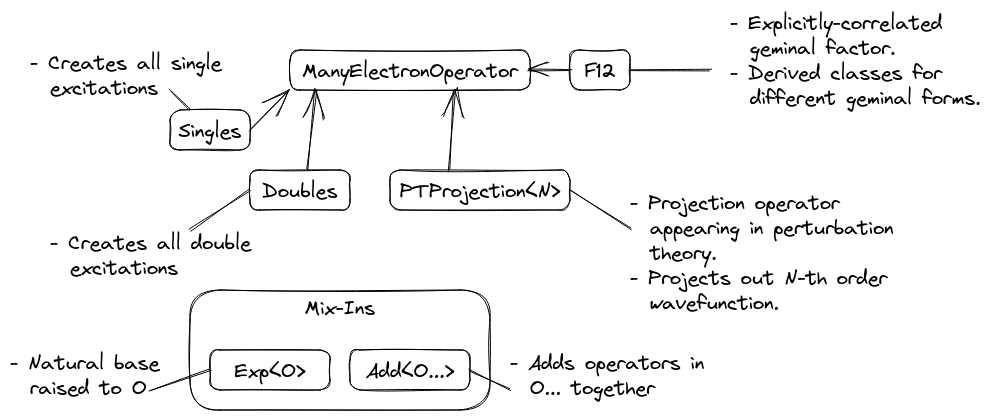
Before: docs/source/developer/design/assets/many_electron_operators.png, a diagram exported from Excalidraw (NWChemEx/Chemist). Source tidied: one line per element, renumbered; positions are measured from the earlier drawing's top-left corner, leaving out a move shared by most shapes. The source it was exported from:
```json
{"id": 0, "type": "rectangle", "strokeColor": "#000000", "strokeWidth": 1, "roughness": 1, "round": true, "x": 180, "y": 280, "width": 300, "height": 120}
{"id": 1, "type": "text", "text": "Mix-Ins", "strokeColor": "#000000", "strokeWidth": 1, "roughness": 1, "fontSize": 20, "fontFamily": 1, "textAlign": "center", "inside": 0, "x": 295, "y": 285, "width": 70, "height": 25}
{"id": 2, "type": "rectangle", "strokeColor": "#000000", "strokeWidth": 1, "roughness": 1, "round": true, "x": 280, "y": 40, "width": 240, "height": 40}
{"id": 3, "type": "text", "text": "ManyElectronOperator", "strokeColor": "#000000", "strokeWidth": 1, "roughness": 1, "fontSize": 20, "fontFamily": 1, "textAlign": "center", "verticalAlign": "middle", "inside": 2, "x": 292, "y": 48, "width": 216, "height": 25}
{"id": 4, "type": "rectangle", "strokeColor": "#000000", "strokeWidth": 1, "roughness": 1, "round": true, "x": 160, "y": 100, "width": 80, "height": 40}
{"id": 5, "type": "text", "text": "Singles", "strokeColor": "#000000", "strokeWidth": 1, "roughness": 1, "fontSize": 20, "fontFamily": 1, "textAlign": "center", "verticalAlign": "middle", "inside": 4, "x": 169, "y": 108, "width": 63, "height": 25}
{"id": 6, "type": "rectangle", "strokeColor": "#000000", "strokeWidth": 1, "roughness": 1, "round": true, "x": 240, "y": 160, "width": 100, "height": 40}
{"id": 7, "type": "text", "text": "Doubles", "strokeColor": "#000000", "strokeWidth": 1, "roughness": 1, "fontSize": 20, "fontFamily": 1, "textAlign": "center", "verticalAlign": "middle", "inside": 6, "x": 252, "y": 168, "width": 75, "height": 25}
{"id": 8, "type": "rectangle", "strokeColor": "#000000", "strokeWidth": 1, "roughness": 1, "round": true, "x": 340, "y": 340, "width": 120, "height": 40}
{"id": 9, "type": "text", "text": "Add<O...>", "strokeColor": "#000000", "strokeWidth": 1, "roughness": 1, "fontSize": 20, "fontFamily": 1, "textAlign": "center", "verticalAlign": "middle", "inside": 8, "x": 356, "y": 348, "width": 89, "height": 25}
{"id": 10, "type": "rectangle", "strokeColor": "#000000", "strokeWidth": 1, "roughness": 1, "round": true, "x": 200, "y": 340, "width": 120, "height": 40}
{"id": 11, "type": "text", "text": "Exp<O>", "strokeColor": "#000000", "strokeWidth": 1, "roughness": 1, "fontSize": 20, "fontFamily": 1, "textAlign": "center", "verticalAlign": "middle", "inside": 10, "x": 225, "y": 348, "width": 71, "height": 25}
{"id": 12, "type": "rectangle", "strokeColor": "#000000", "strokeWidth": 1, "roughness": 1, "round": true, "x": 380, "y": 160, "width": 180, "height": 40}
{"id": 13, "type": "text", "text": "PTProjection<N>", "strokeColor": "#000000", "strokeWidth": 1, "roughness": 1, "fontSize": 20, "fontFamily": 1, "textAlign": "center", "verticalAlign": "middle", "inside": 12, "x": 390, "y": 168, "width": 161, "height": 25}
{"id": 14, "type": "rectangle", "strokeColor": "#000000", "strokeWidth": 1, "roughness": 1, "round": true, "x": 560, "y": 40, "width": 60, "height": 40}
{"id": 15, "type": "text", "text": "F12", "strokeColor": "#000000", "strokeWidth": 1, "roughness": 1, "fontSize": 20, "fontFamily": 1, "textAlign": "center", "verticalAlign": "middle", "inside": 14, "x": 574, "y": 48, "width": 31, "height": 25}
{"id": 16, "type": "arrow", "strokeColor": "#000000", "strokeWidth": 1, "roughness": 1, "endArrowhead": "arrow", "round": true, "to": 2, "x": 240, "y": 120, "width": 40, "height": 40, "points": [[0, 0], [40, -40]]}
{"id": 17, "type": "arrow", "strokeColor": "#000000", "strokeWidth": 1, "roughness": 1, "endArrowhead": "arrow", "round": true, "from": 6, "to": 2, "x": 297, "y": 159, "width": 8, "height": 78, "points": [[0, 0], [8, -78]]}
{"id": 18, "type": "arrow", "strokeColor": "#000000", "strokeWidth": 1, "roughness": 1, "endArrowhead": "arrow", "round": true, "from": 12, "to": 2, "x": 440, "y": 160, "width": 4, "height": 79, "points": [[0, 0], [4, -79]]}
{"id": 19, "type": "arrow", "strokeColor": "#000000", "strokeWidth": 1, "roughness": 1, "endArrowhead": "arrow", "round": true, "from": 14, "x": 560, "y": 60, "width": 40, "height": 0, "points": [[0, 0], [-40, 0]]}
{"id": 20, "type": "text", "text": "- Explicitly-correlated\n  geminal factor.\n- Derived classes for\n  different geminal forms.", "strokeColor": "#000000", "strokeWidth": 1, "roughness": 1, "fontSize": 20, "fontFamily": 1, "x": 720, "y": 0, "width": 251, "height": 100}
{"id": 21, "type": "line", "strokeColor": "#000000", "strokeWidth": 1, "roughness": 1, "round": true, "x": 620, "y": 60, "width": 80, "height": 0, "points": [[0, 0], [80, 0]]}
{"id": 22, "type": "text", "text": "- Projection operator\n  appearing in perturbation\n  theory.\n- Projects out N-th order\n  wavefunction.", "strokeColor": "#000000", "strokeWidth": 1, "roughness": 1, "fontSize": 20, "fontFamily": 1, "x": 620, "y": 180, "width": 264, "height": 125}
{"id": 23, "type": "line", "strokeColor": "#000000", "strokeWidth": 1, "roughness": 1, "round": true, "x": 561, "y": 179, "width": 60, "height": 40, "points": [[0, 0], [60, 40]]}
{"id": 24, "type": "text", "text": "- Adds operators in\n  O... together", "strokeColor": "#000000", "strokeWidth": 1, "roughness": 1, "fontSize": 20, "fontFamily": 1, "x": 500, "y": 340, "width": 194, "height": 50}
{"id": 25, "type": "line", "strokeColor": "#000000", "strokeWidth": 1, "roughness": 1, "round": true, "x": 460, "y": 360, "width": 40, "height": 20, "points": [[0, 0], [40, 20]]}
{"id": 26, "type": "text", "text": "- Natural base\n  raised to O", "strokeColor": "#000000", "strokeWidth": 1, "roughness": 1, "fontSize": 20, "fontFamily": 1, "x": 0, "y": 340, "width": 150, "height": 50}
{"id": 27, "type": "line", "strokeColor": "#000000", "strokeWidth": 1, "roughness": 1, "round": true, "x": 140, "y": 380, "width": 60, "height": 20, "points": [[0, 0], [60, -20]]}
{"id": 28, "type": "text", "text": "- Creates all double\n  excitations", "strokeColor": "#000000", "strokeWidth": 1, "roughness": 1, "fontSize": 20, "fontFamily": 1, "x": 40, "y": 220, "width": 201, "height": 50}
{"id": 29, "type": "line", "strokeColor": "#000000", "strokeWidth": 1, "roughness": 1, "round": true, "x": 180, "y": 220, "width": 60, "height": 40, "points": [[0, 0], [60, -40]]}
{"id": 30, "type": "text", "text": "- Creates all single\n  excitations", "strokeColor": "#000000", "strokeWidth": 1, "roughness": 1, "fontSize": 20, "fontFamily": 1, "x": 20, "y": 40, "width": 192, "height": 50}
{"id": 31, "type": "line", "strokeColor": "#000000", "strokeWidth": 1, "roughness": 1, "round": true, "x": 160, "y": 80, "width": 20, "height": 20, "points": [[0, 0], [20, 20]]}
```
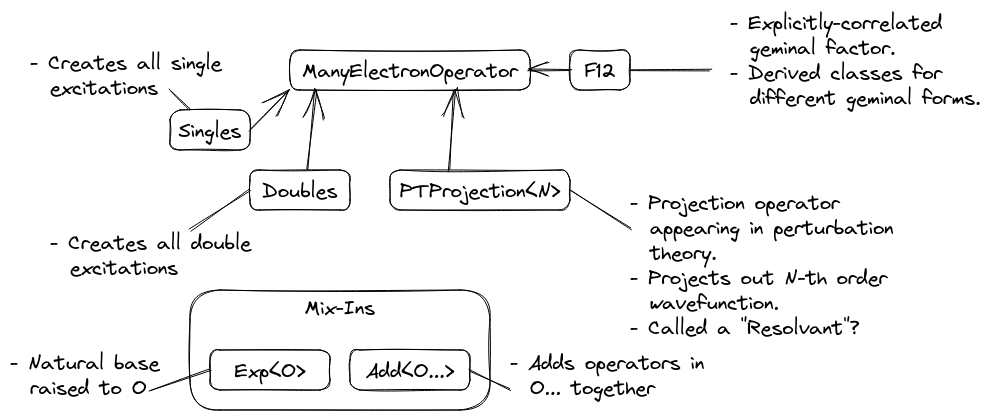
Later version of the same file.

Change to the diagram source:
```diff
@@ -20,7 +20,7 @@
 {"id": 19, "type": "arrow", "strokeColor": "#000000", "strokeWidth": 1, "roughness": 1, "endArrowhead": "arrow", "round": true, "from": 14, "x": 560, "y": 60, "width": 40, "height": 0, "points": [[0, 0], [-40, 0]]}
 {"id": 20, "type": "text", "text": "- Explicitly-correlated\n  geminal factor.\n- Derived classes for\n  different geminal forms.", "strokeColor": "#000000", "strokeWidth": 1, "roughness": 1, "fontSize": 20, "fontFamily": 1, "x": 720, "y": 0, "width": 251, "height": 100}
 {"id": 21, "type": "line", "strokeColor": "#000000", "strokeWidth": 1, "roughness": 1, "round": true, "x": 620, "y": 60, "width": 80, "height": 0, "points": [[0, 0], [80, 0]]}
-{"id": 22, "type": "text", "text": "- Projection operator\n  appearing in perturbation\n  theory.\n- Projects out N-th order\n  wavefunction.", "strokeColor": "#000000", "strokeWidth": 1, "roughness": 1, "fontSize": 20, "fontFamily": 1, "x": 620, "y": 180, "width": 264, "height": 125}
+{"id": 22, "type": "text", "text": "- Projection operator\n  appearing in perturbation\n  theory.\n- Projects out N-th order\n  wavefunction.\n- Called a \"Resolvant\"? ", "strokeColor": "#000000", "strokeWidth": 1, "roughness": 1, "fontSize": 20, "fontFamily": 1, "x": 620, "y": 180, "width": 264, "height": 150}
 {"id": 23, "type": "line", "strokeColor": "#000000", "strokeWidth": 1, "roughness": 1, "round": true, "x": 561, "y": 179, "width": 60, "height": 40, "points": [[0, 0], [60, 40]]}
 {"id": 24, "type": "text", "text": "- Adds operators in\n  O... together", "strokeColor": "#000000", "strokeWidth": 1, "roughness": 1, "fontSize": 20, "fontFamily": 1, "x": 500, "y": 340, "width": 194, "height": 50}
 {"id": 25, "type": "line", "strokeColor": "#000000", "strokeWidth": 1, "roughness": 1, "round": true, "x": 460, "y": 360, "width": 40, "height": 20, "points": [[0, 0], [40, 20]]}
```
